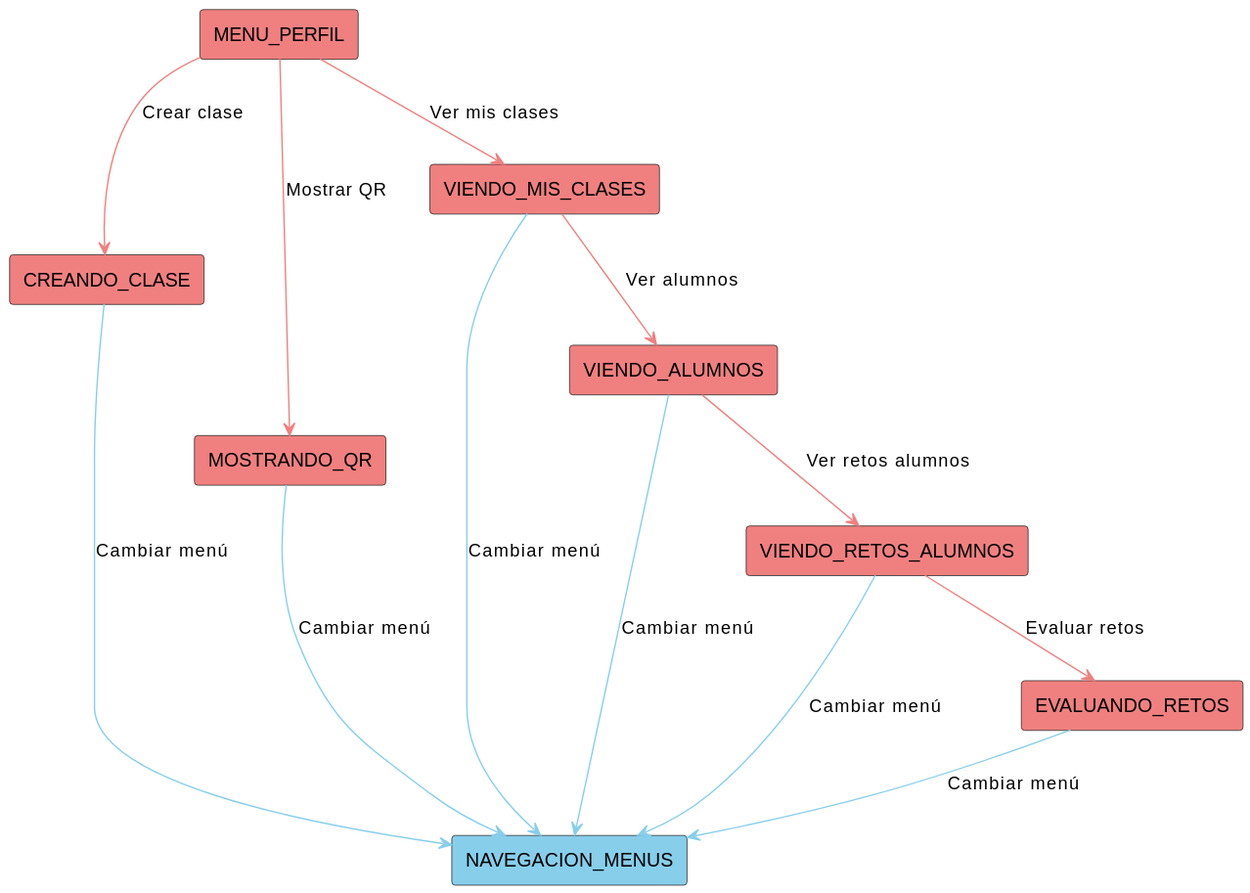
mmasias/24-25-IdSw1-SDR keeps this PlantUML diagram as Documentos/Imagenes/DiagramasContexto/DiagramasDeContextoProfesor/DiagramaDeContextoMenuPerfilProfesor.svg. Above is the earlier version.
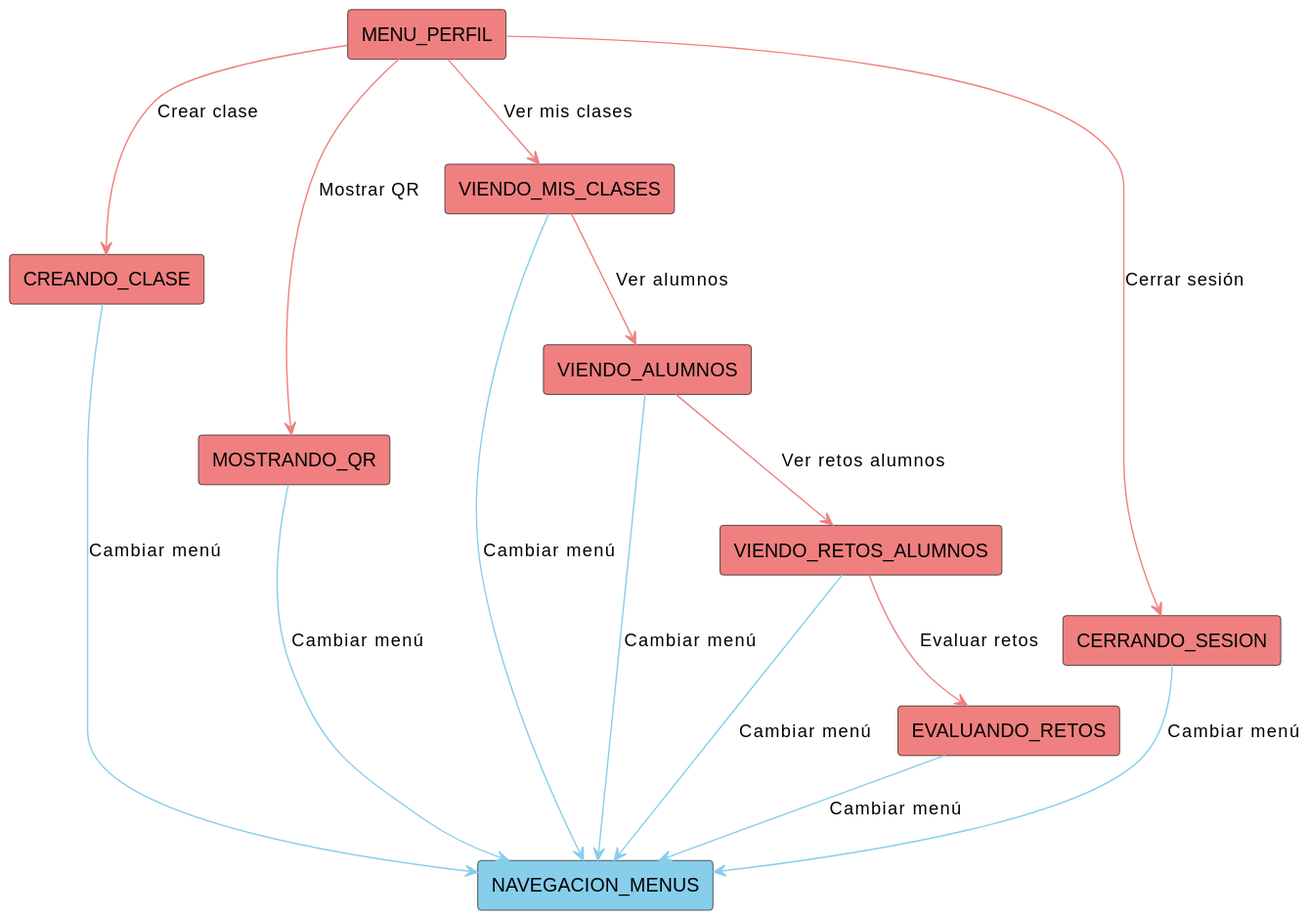
After the commit.

Commit message:
Contexto Profesor

Change to the diagram source:
```diff
@@ -10,6 +10,7 @@
 RECTANGLE(VIENDO_ALUMNOS, LightCoral)
 RECTANGLE(VIENDO_RETOS_ALUMNOS, LightCoral)
 RECTANGLE(EVALUANDO_RETOS, LightCoral)
+RECTANGLE(CERRANDO_SESION, LightCoral)
 
 CREANDO_CLASE -[#SkyBlue]-> NAVEGACION_MENUS : Cambiar menú
 MOSTRANDO_QR -[#SkyBlue]-> NAVEGACION_MENUS : Cambiar menú
@@ -17,6 +18,7 @@
 VIENDO_ALUMNOS -[#SkyBlue]-> NAVEGACION_MENUS : Cambiar menú
 VIENDO_RETOS_ALUMNOS -[#SkyBlue]-> NAVEGACION_MENUS : Cambiar menú
 EVALUANDO_RETOS -[#SkyBlue]-> NAVEGACION_MENUS : Cambiar menú
+CERRANDO_SESION -[#SkyBlue]-> NAVEGACION_MENUS : Cambiar menú
 
 MENU_PERFIL -[#LightCoral]-> CREANDO_CLASE : Crear clase
 MENU_PERFIL -[#LightCoral]-> MOSTRANDO_QR : Mostrar QR
@@ -24,4 +26,5 @@
 VIENDO_MIS_CLASES -[#LightCoral]-> VIENDO_ALUMNOS : Ver alumnos
 VIENDO_ALUMNOS -[#LightCoral]-> VIENDO_RETOS_ALUMNOS : Ver retos alumnos
 VIENDO_RETOS_ALUMNOS -[#LightCoral]-> EVALUANDO_RETOS : Evaluar retos
+MENU_PERFIL -[#LightCoral]-> CERRANDO_SESION : Cerrar sesión
 @enduml
```
